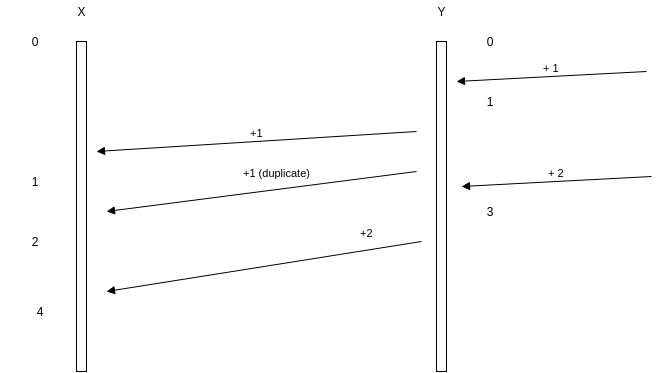
This is op-based-once-and-only-once.png from rcristian/CRDTIntro, a draw.io export, as it was before one commit. Source tidied: cells renumbered, new cells last; positions are measured from the earlier drawing's top-left corner, leaving out a move shared by most shapes. The source it was exported from:
```xml
<mxGraphModel background="#ffffff">
  <root>
    <mxCell id="0" />
    <mxCell id="1" parent="0" />
    <mxCell id="2" style="html=1;perimeter=orthogonalPerimeter;" parent="1" vertex="1">
      <mxGeometry x="75" y="40" width="10" height="330" as="geometry" />
    </mxCell>
    <mxCell id="3" style="html=1;perimeter=orthogonalPerimeter;" parent="1" vertex="1">
      <mxGeometry x="435" y="40" width="10" height="330" as="geometry" />
    </mxCell>
    <mxCell id="4" value="X" style="text;html=1;strokeColor=none;fillColor=none;align=center;verticalAlign=middle;whiteSpace=wrap;overflow=hidden;" parent="1" vertex="1">
      <mxGeometry x="60" width="40" height="20" as="geometry" />
    </mxCell>
    <mxCell id="5" value="Y" style="text;html=1;strokeColor=none;fillColor=none;align=center;verticalAlign=middle;whiteSpace=wrap;overflow=hidden;" parent="1" vertex="1">
      <mxGeometry x="420" width="40" height="20" as="geometry" />
    </mxCell>
    <mxCell id="6" value="0" style="text;html=1;strokeColor=none;fillColor=none;align=center;verticalAlign=middle;whiteSpace=wrap;overflow=hidden;" parent="1" vertex="1">
      <mxGeometry x="5" y="30" width="55" height="20" as="geometry" />
    </mxCell>
    <mxCell id="7" value="0" style="text;html=1;strokeColor=none;fillColor=none;align=center;verticalAlign=middle;whiteSpace=wrap;overflow=hidden;" parent="1" vertex="1">
      <mxGeometry x="455" y="30" width="65" height="20" as="geometry" />
    </mxCell>
    <mxCell id="8" value="+ 1" style="html=1;verticalAlign=bottom;endArrow=block;" parent="1" edge="1">
      <mxGeometry x="520" y="100" as="geometry">
        <mxPoint x="645" y="70" as="sourcePoint" />
        <mxPoint x="455" y="80" as="targetPoint" />
      </mxGeometry>
    </mxCell>
    <mxCell id="9" value="1" style="text;html=1;strokeColor=none;fillColor=none;align=center;verticalAlign=middle;whiteSpace=wrap;overflow=hidden;" parent="1" vertex="1">
      <mxGeometry x="455" y="90" width="65" height="20" as="geometry" />
    </mxCell>
    <mxCell id="10" value="+1" style="html=1;verticalAlign=bottom;endArrow=block;" parent="1" edge="1">
      <mxGeometry x="160" y="160" as="geometry">
        <mxPoint x="415" y="130" as="sourcePoint" />
        <mxPoint x="95" y="150" as="targetPoint" />
      </mxGeometry>
    </mxCell>
    <mxCell id="11" value="1" style="text;html=1;strokeColor=none;fillColor=none;align=center;verticalAlign=middle;whiteSpace=wrap;overflow=hidden;" parent="1" vertex="1">
      <mxGeometry y="170" width="65" height="20" as="geometry" />
    </mxCell>
    <mxCell id="12" value="+ 2" style="html=1;verticalAlign=bottom;endArrow=block;" parent="1" edge="1">
      <mxGeometry x="525" y="205" as="geometry">
        <mxPoint x="650" y="175" as="sourcePoint" />
        <mxPoint x="460" y="185" as="targetPoint" />
      </mxGeometry>
    </mxCell>
    <mxCell id="13" value="3" style="text;html=1;strokeColor=none;fillColor=none;align=center;verticalAlign=middle;whiteSpace=wrap;overflow=hidden;" parent="1" vertex="1">
      <mxGeometry x="455" y="200" width="65" height="20" as="geometry" />
    </mxCell>
    <mxCell id="14" value="+1 (duplicate)" style="html=1;verticalAlign=bottom;endArrow=block;" parent="1" edge="1">
      <mxGeometry as="geometry">
        <mxPoint x="415" y="170" as="sourcePoint" />
        <mxPoint x="105" y="210" as="targetPoint" />
        <mxPoint x="15" y="-10" as="offset" />
      </mxGeometry>
    </mxCell>
    <mxCell id="15" value="+2" style="html=1;verticalAlign=bottom;endArrow=block;" parent="1" edge="1">
      <mxGeometry as="geometry">
        <mxPoint x="420" y="240" as="sourcePoint" />
        <mxPoint x="105" y="290" as="targetPoint" />
        <mxPoint x="103" y="-25" as="offset" />
      </mxGeometry>
    </mxCell>
    <mxCell id="16" value="2" style="text;html=1;strokeColor=none;fillColor=none;align=center;verticalAlign=middle;whiteSpace=wrap;overflow=hidden;" parent="1" vertex="1">
      <mxGeometry y="230" width="65" height="20" as="geometry" />
    </mxCell>
    <mxCell id="17" value="4" style="text;html=1;strokeColor=none;fillColor=none;align=center;verticalAlign=middle;whiteSpace=wrap;overflow=hidden;" parent="1" vertex="1">
      <mxGeometry x="5" y="300" width="65" height="20" as="geometry" />
    </mxCell>
  </root>
</mxGraphModel>
```
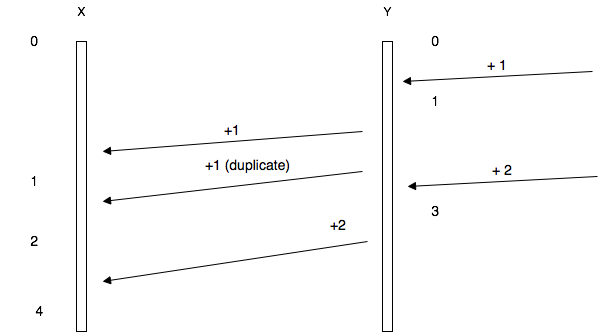
After the commit.

Diff of the diagram source:
```diff
@@ -3,68 +3,68 @@
     <mxCell id="0" />
     <mxCell id="1" parent="0" />
     <mxCell id="2" style="html=1;perimeter=orthogonalPerimeter;" parent="1" vertex="1">
-      <mxGeometry x="75" y="40" width="10" height="330" as="geometry" />
+      <mxGeometry x="75" y="40" width="10" height="290" as="geometry" />
     </mxCell>
     <mxCell id="3" style="html=1;perimeter=orthogonalPerimeter;" parent="1" vertex="1">
-      <mxGeometry x="435" y="40" width="10" height="330" as="geometry" />
+      <mxGeometry x="381" y="40" width="10" height="290" as="geometry" />
     </mxCell>
     <mxCell id="4" value="X" style="text;html=1;strokeColor=none;fillColor=none;align=center;verticalAlign=middle;whiteSpace=wrap;overflow=hidden;" parent="1" vertex="1">
       <mxGeometry x="60" width="40" height="20" as="geometry" />
     </mxCell>
     <mxCell id="5" value="Y" style="text;html=1;strokeColor=none;fillColor=none;align=center;verticalAlign=middle;whiteSpace=wrap;overflow=hidden;" parent="1" vertex="1">
-      <mxGeometry x="420" width="40" height="20" as="geometry" />
+      <mxGeometry x="366" width="40" height="20" as="geometry" />
     </mxCell>
-    <mxCell id="6" value="0" style="text;html=1;strokeColor=none;fillColor=none;align=center;verticalAlign=middle;whiteSpace=wrap;overflow=hidden;" parent="1" vertex="1">
+    <mxCell id="6" value="&lt;font style=&quot;font-size: 14px&quot;&gt;0&lt;/font&gt;" style="text;html=1;strokeColor=none;fillColor=none;align=center;verticalAlign=middle;whiteSpace=wrap;overflow=hidden;" parent="1" vertex="1">
       <mxGeometry x="5" y="30" width="55" height="20" as="geometry" />
     </mxCell>
-    <mxCell id="7" value="0" style="text;html=1;strokeColor=none;fillColor=none;align=center;verticalAlign=middle;whiteSpace=wrap;overflow=hidden;" parent="1" vertex="1">
-      <mxGeometry x="455" y="30" width="65" height="20" as="geometry" />
+    <mxCell id="7" value="&lt;font style=&quot;font-size: 14px&quot;&gt;0&lt;/font&gt;" style="text;html=1;strokeColor=none;fillColor=none;align=center;verticalAlign=middle;whiteSpace=wrap;overflow=hidden;" parent="1" vertex="1">
+      <mxGeometry x="401" y="30" width="65" height="20" as="geometry" />
     </mxCell>
-    <mxCell id="8" value="+ 1" style="html=1;verticalAlign=bottom;endArrow=block;" parent="1" edge="1">
+    <mxCell id="8" value="&lt;font style=&quot;font-size: 14px&quot;&gt;+ 1&lt;/font&gt;" style="html=1;verticalAlign=bottom;endArrow=block;" parent="1" edge="1">
       <mxGeometry x="520" y="100" as="geometry">
-        <mxPoint x="645" y="70" as="sourcePoint" />
-        <mxPoint x="455" y="80" as="targetPoint" />
+        <mxPoint x="591" y="70" as="sourcePoint" />
+        <mxPoint x="401" y="80" as="targetPoint" />
       </mxGeometry>
     </mxCell>
-    <mxCell id="9" value="1" style="text;html=1;strokeColor=none;fillColor=none;align=center;verticalAlign=middle;whiteSpace=wrap;overflow=hidden;" parent="1" vertex="1">
-      <mxGeometry x="455" y="90" width="65" height="20" as="geometry" />
+    <mxCell id="9" value="&lt;font style=&quot;font-size: 14px&quot;&gt;1&lt;/font&gt;" style="text;html=1;strokeColor=none;fillColor=none;align=center;verticalAlign=middle;whiteSpace=wrap;overflow=hidden;" parent="1" vertex="1">
+      <mxGeometry x="401" y="90" width="65" height="20" as="geometry" />
     </mxCell>
-    <mxCell id="10" value="+1" style="html=1;verticalAlign=bottom;endArrow=block;" parent="1" edge="1">
+    <mxCell id="10" value="&lt;font style=&quot;font-size: 14px&quot;&gt;+1&lt;/font&gt;" style="html=1;verticalAlign=bottom;endArrow=block;" parent="1" edge="1">
       <mxGeometry x="160" y="160" as="geometry">
-        <mxPoint x="415" y="130" as="sourcePoint" />
-        <mxPoint x="95" y="150" as="targetPoint" />
+        <mxPoint x="361" y="130" as="sourcePoint" />
+        <mxPoint x="101" y="150" as="targetPoint" />
       </mxGeometry>
     </mxCell>
-    <mxCell id="11" value="1" style="text;html=1;strokeColor=none;fillColor=none;align=center;verticalAlign=middle;whiteSpace=wrap;overflow=hidden;" parent="1" vertex="1">
+    <mxCell id="11" value="&lt;font style=&quot;font-size: 14px&quot;&gt;1&lt;/font&gt;" style="text;html=1;strokeColor=none;fillColor=none;align=center;verticalAlign=middle;whiteSpace=wrap;overflow=hidden;" parent="1" vertex="1">
       <mxGeometry y="170" width="65" height="20" as="geometry" />
     </mxCell>
-    <mxCell id="12" value="+ 2" style="html=1;verticalAlign=bottom;endArrow=block;" parent="1" edge="1">
+    <mxCell id="12" value="&lt;font style=&quot;font-size: 14px&quot;&gt;+ 2&lt;/font&gt;" style="html=1;verticalAlign=bottom;endArrow=block;" parent="1" edge="1">
       <mxGeometry x="525" y="205" as="geometry">
-        <mxPoint x="650" y="175" as="sourcePoint" />
-        <mxPoint x="460" y="185" as="targetPoint" />
+        <mxPoint x="596" y="175" as="sourcePoint" />
+        <mxPoint x="406" y="185" as="targetPoint" />
       </mxGeometry>
     </mxCell>
-    <mxCell id="13" value="3" style="text;html=1;strokeColor=none;fillColor=none;align=center;verticalAlign=middle;whiteSpace=wrap;overflow=hidden;" parent="1" vertex="1">
-      <mxGeometry x="455" y="200" width="65" height="20" as="geometry" />
+    <mxCell id="13" value="&lt;font style=&quot;font-size: 14px&quot;&gt;3&lt;/font&gt;" style="text;html=1;strokeColor=none;fillColor=none;align=center;verticalAlign=middle;whiteSpace=wrap;overflow=hidden;" parent="1" vertex="1">
+      <mxGeometry x="401" y="200" width="65" height="20" as="geometry" />
     </mxCell>
-    <mxCell id="14" value="+1 (duplicate)" style="html=1;verticalAlign=bottom;endArrow=block;" parent="1" edge="1">
+    <mxCell id="14" value="&lt;font style=&quot;font-size: 14px&quot;&gt;+1 (duplicate)&lt;/font&gt;" style="html=1;verticalAlign=bottom;endArrow=block;" parent="1" edge="1">
       <mxGeometry as="geometry">
-        <mxPoint x="415" y="170" as="sourcePoint" />
-        <mxPoint x="105" y="210" as="targetPoint" />
+        <mxPoint x="361" y="170" as="sourcePoint" />
+        <mxPoint x="101" y="200" as="targetPoint" />
         <mxPoint x="15" y="-10" as="offset" />
       </mxGeometry>
     </mxCell>
-    <mxCell id="15" value="+2" style="html=1;verticalAlign=bottom;endArrow=block;" parent="1" edge="1">
+    <mxCell id="15" value="&lt;font style=&quot;font-size: 14px&quot;&gt;+2&lt;/font&gt;" style="html=1;verticalAlign=bottom;endArrow=block;" parent="1" edge="1">
       <mxGeometry as="geometry">
-        <mxPoint x="420" y="240" as="sourcePoint" />
-        <mxPoint x="105" y="290" as="targetPoint" />
+        <mxPoint x="366" y="240" as="sourcePoint" />
+        <mxPoint x="101" y="280" as="targetPoint" />
         <mxPoint x="103" y="-25" as="offset" />
       </mxGeometry>
     </mxCell>
-    <mxCell id="16" value="2" style="text;html=1;strokeColor=none;fillColor=none;align=center;verticalAlign=middle;whiteSpace=wrap;overflow=hidden;" parent="1" vertex="1">
+    <mxCell id="16" value="&lt;font style=&quot;font-size: 14px&quot;&gt;2&lt;/font&gt;" style="text;html=1;strokeColor=none;fillColor=none;align=center;verticalAlign=middle;whiteSpace=wrap;overflow=hidden;" parent="1" vertex="1">
       <mxGeometry y="230" width="65" height="20" as="geometry" />
     </mxCell>
-    <mxCell id="17" value="4" style="text;html=1;strokeColor=none;fillColor=none;align=center;verticalAlign=middle;whiteSpace=wrap;overflow=hidden;" parent="1" vertex="1">
+    <mxCell id="17" value="&lt;font style=&quot;font-size: 14px&quot;&gt;4&lt;/font&gt;" style="text;html=1;strokeColor=none;fillColor=none;align=center;verticalAlign=middle;whiteSpace=wrap;overflow=hidden;" parent="1" vertex="1">
       <mxGeometry x="5" y="300" width="65" height="20" as="geometry" />
     </mxCell>
   </root>
```
